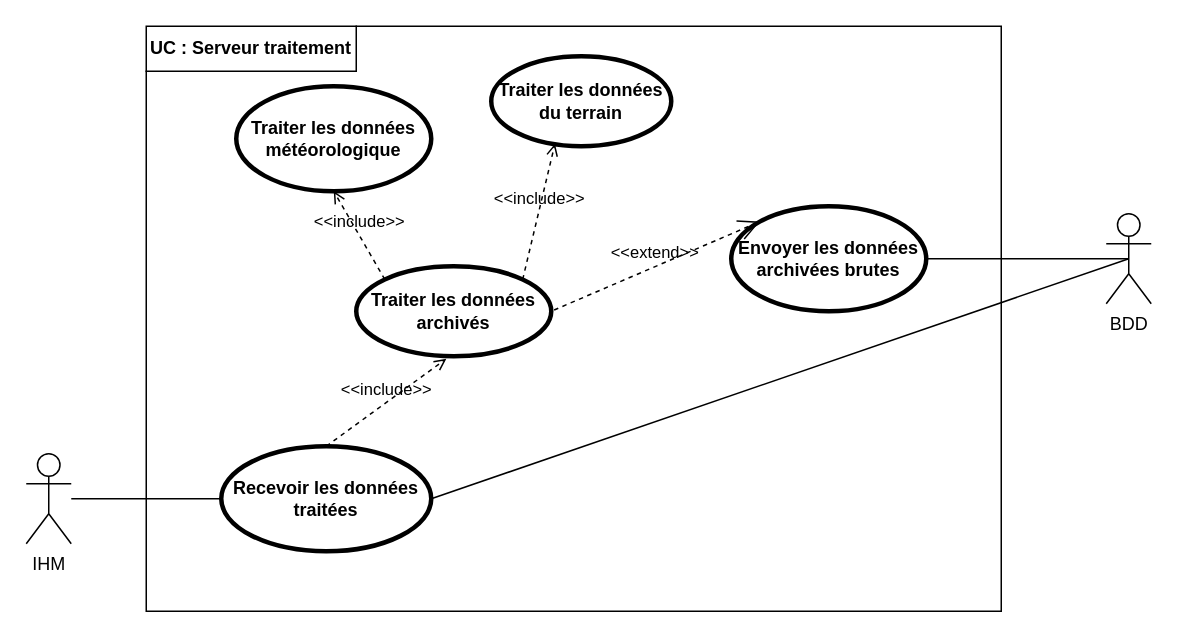
Above: SYSML/Use_Case_Serveur traitement.drawio in ToGen49/Hippodrome (draw.io), before the change. Source tidied: cells renumbered, new cells numbered last; positions are measured from the earlier drawing's top-left corner, leaving out a move shared by most shapes. Both pictures are drawn from the tidied source at 150%, with x=0, y=0 at pixel (26, 26).
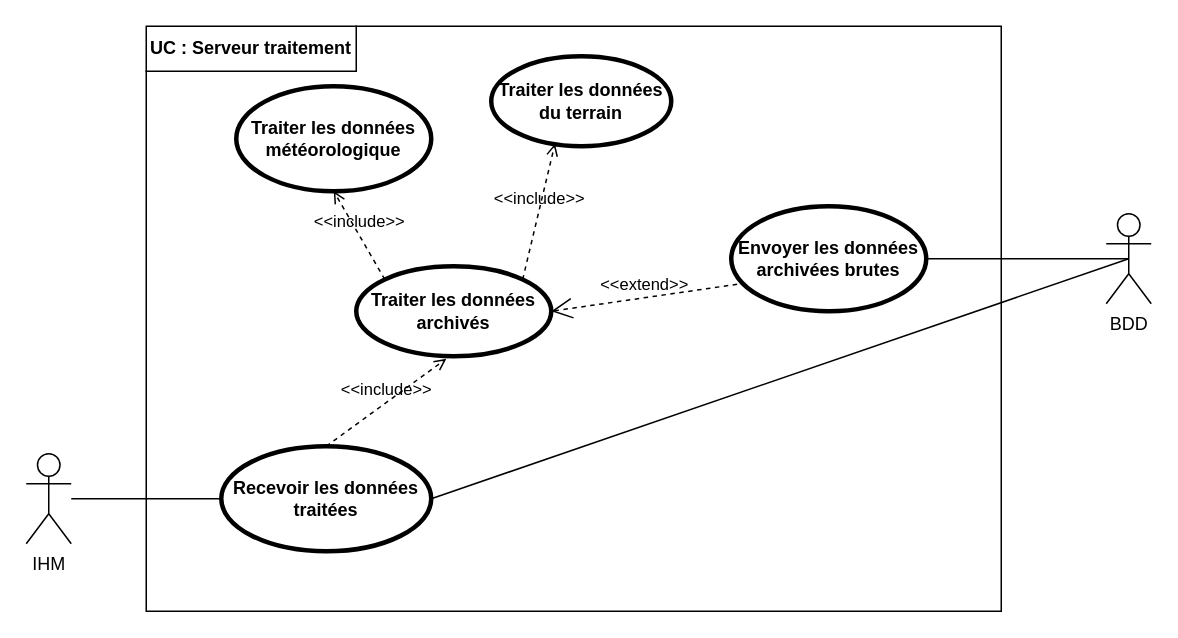
The same diagram, later.

Commit message:
Mettre à jour Use_Case_Serveur traitement.drawio

What changed in the source:
```diff
@@
 <mxGraphModel>
   <root>
     <mxCell id="0" />
     <mxCell id="1" parent="0" />
     <mxCell id="2" style="rounded=0;whiteSpace=wrap;html=1;" parent="1" vertex="1">
       <mxGeometry x="80" width="570" height="390" as="geometry" />
     </mxCell>
     <mxCell id="3" value="BDD" style="shape=umlActor;verticalLabelPosition=bottom;verticalAlign=top;html=1;outlineConnect=0;" parent="1" vertex="1">
       <mxGeometry x="720" y="125" width="30" height="60" as="geometry" />
     </mxCell>
     <mxCell id="4" value="&lt;b&gt;UC : Serveur traitement&lt;/b&gt;" style="shape=partialRectangle;whiteSpace=wrap;html=1;top=0;left=0;fillColor=none;" parent="1" vertex="1">
       <mxGeometry x="80" width="140" height="30" as="geometry" />
     </mxCell>
     <mxCell id="5" value="IHM" style="shape=umlActor;verticalLabelPosition=bottom;verticalAlign=top;html=1;outlineConnect=0;" parent="1" vertex="1">
       <mxGeometry y="285" width="30" height="60" as="geometry" />
     </mxCell>
     <mxCell id="6" style="endArrow=none;html=1;rounded=0;exitX=0;exitY=0.5;exitDx=0;exitDy=0;" parent="1" edge="1" source="9" target="5">
       <mxGeometry relative="1" as="geometry" />
     </mxCell>
     <mxCell id="7" value="Envoyer les données archivées brutes" style="shape=ellipse;html=1;strokeWidth=3;fontStyle=1;whiteSpace=wrap;align=center;perimeter=ellipsePerimeter;" parent="1" vertex="1">
       <mxGeometry x="470" y="120" width="130" height="70" as="geometry" />
     </mxCell>
     <mxCell id="8" style="edgeStyle=none;html=1;endArrow=none;verticalAlign=bottom;rounded=0;exitX=0.5;exitY=0.5;exitDx=0;exitDy=0;exitPerimeter=0;" parent="1" edge="1" source="3" target="7">
       <mxGeometry relative="1" as="geometry" />
     </mxCell>
     <mxCell id="9" value="Recevoir les données traitées" style="shape=ellipse;html=1;strokeWidth=3;fontStyle=1;whiteSpace=wrap;align=center;perimeter=ellipsePerimeter;" parent="1" vertex="1">
       <mxGeometry x="130" y="280" width="140" height="70" as="geometry" />
     </mxCell>
     <mxCell id="10" value="Traiter les données météorologique" style="shape=ellipse;html=1;strokeWidth=3;fontStyle=1;whiteSpace=wrap;align=center;perimeter=ellipsePerimeter;" parent="1" vertex="1">
       <mxGeometry x="140" y="40" width="130" height="70" as="geometry" />
     </mxCell>
     <mxCell id="11" value="Traiter les données archivés" style="shape=ellipse;html=1;strokeWidth=3;fontStyle=1;whiteSpace=wrap;align=center;perimeter=ellipsePerimeter;" parent="1" vertex="1">
       <mxGeometry x="220" y="160" width="130" height="60" as="geometry" />
     </mxCell>
     <mxCell id="12" value="Traiter les données du terrain" style="shape=ellipse;html=1;strokeWidth=3;fontStyle=1;whiteSpace=wrap;align=center;perimeter=ellipsePerimeter;" parent="1" vertex="1">
       <mxGeometry x="310" y="20" width="120" height="60" as="geometry" />
     </mxCell>
-    <mxCell id="13" value="&amp;lt;&amp;lt;extend&amp;gt;&amp;gt;" style="edgeStyle=none;html=1;startArrow=open;endArrow=none;startSize=12;verticalAlign=bottom;dashed=1;labelBackgroundColor=none;rounded=0;exitX=0;exitY=0;exitDx=0;exitDy=0;entryX=1;entryY=0.5;entryDx=0;entryDy=0;" parent="1" edge="1" source="7" target="11">
+    <mxCell id="13" value="&amp;lt;&amp;lt;extend&amp;gt;&amp;gt;" style="edgeStyle=none;html=1;startArrow=open;endArrow=none;startSize=12;verticalAlign=bottom;dashed=1;labelBackgroundColor=none;rounded=0;exitX=1;exitY=0.5;exitDx=0;exitDy=0;entryX=0.031;entryY=0.743;entryDx=0;entryDy=0;entryPerimeter=0;" parent="1" edge="1" source="11" target="7">
       <mxGeometry relative="1" as="geometry" />
     </mxCell>
     <mxCell id="14" value="&amp;lt;&amp;lt;include&amp;gt;&amp;gt;" style="edgeStyle=none;html=1;endArrow=open;verticalAlign=bottom;dashed=1;labelBackgroundColor=none;rounded=0;exitX=0.5;exitY=0;exitDx=0;exitDy=0;entryX=0.462;entryY=1.028;entryDx=0;entryDy=0;entryPerimeter=0;" parent="1" edge="1" source="9" target="11">
       <mxGeometry relative="1" as="geometry" />
     </mxCell>
     <mxCell id="15" value="&amp;lt;&amp;lt;include&amp;gt;&amp;gt;" style="edgeStyle=none;html=1;endArrow=open;verticalAlign=bottom;dashed=1;labelBackgroundColor=none;rounded=0;entryX=0.5;entryY=1;entryDx=0;entryDy=0;exitX=0;exitY=0;exitDx=0;exitDy=0;" parent="1" edge="1" source="11" target="10">
       <mxGeometry relative="1" as="geometry" />
     </mxCell>
     <mxCell id="16" value="&amp;lt;&amp;lt;include&amp;gt;&amp;gt;" style="edgeStyle=none;html=1;endArrow=open;verticalAlign=bottom;dashed=1;labelBackgroundColor=none;rounded=0;entryX=0.354;entryY=0.972;entryDx=0;entryDy=0;exitX=1;exitY=0;exitDx=0;exitDy=0;entryPerimeter=0;" parent="1" edge="1" source="11" target="12">
       <mxGeometry relative="1" as="geometry" />
     </mxCell>
     <mxCell id="17" style="endArrow=none;html=1;rounded=0;exitX=1;exitY=0.5;exitDx=0;exitDy=0;entryX=0.5;entryY=0.5;entryDx=0;entryDy=0;entryPerimeter=0;" parent="1" edge="1" source="9" target="3">
       <mxGeometry relative="1" as="geometry" />
     </mxCell>
   </root>
 </mxGraphModel>
```
